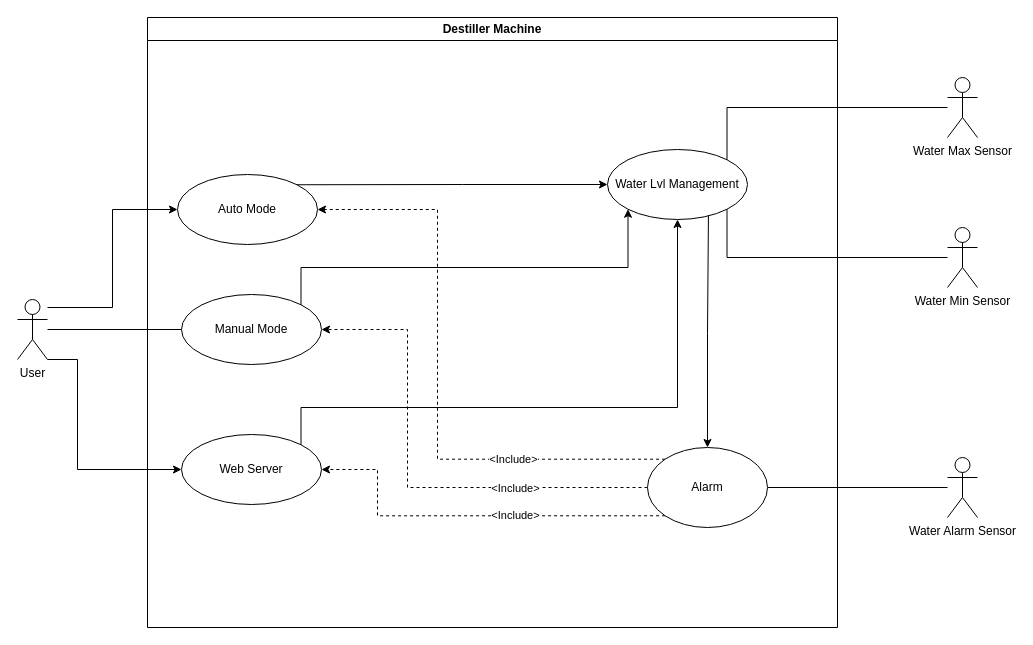
The draw.io diagram Documentation/diagrams/UseCase/CasoDeUso2.drawio in primituga/InteligentDestiller, before the edit. Source tidied: cells renumbered, new cells numbered last; positions are measured from the earlier drawing's top-left corner, leaving out a move shared by most shapes. Both pictures are drawn from the tidied source at 100%, with x=0, y=0 at pixel (17, 17).
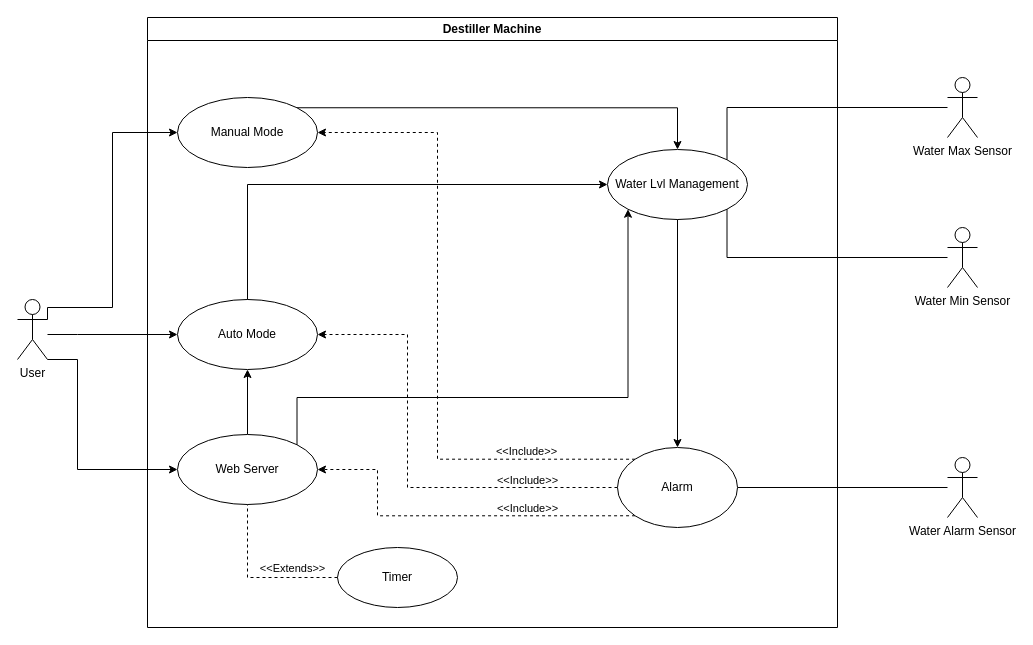
After the change.

Unchanged cells that the change refers to:
```xml
<mxCell id="2" value="Destiller Machine" style="swimlane;whiteSpace=wrap;html=1;" parent="1" vertex="1">
  <mxGeometry x="130" width="690" height="610" as="geometry" />
</mxCell>
<mxCell id="6" value="User" style="shape=umlActor;verticalLabelPosition=bottom;verticalAlign=top;html=1;outlineConnect=0;" parent="2" vertex="1">
  <mxGeometry x="-130" y="282" width="30" height="60" as="geometry" />
</mxCell>
<mxCell id="13" value="Water Lvl Management" style="ellipse;whiteSpace=wrap;html=1;" parent="2" vertex="1">
  <mxGeometry x="460" y="132" width="140" height="70" as="geometry" />
</mxCell>
<mxCell id="24" style="edgeStyle=orthogonalEdgeStyle;rounded=0;jettySize=auto;html=1;exitX=0;exitY=1;exitDx=0;exitDy=0;entryX=1;entryY=0.5;entryDx=0;entryDy=0;startArrow=none;startFill=0;endArrow=classic;endFill=1;dashed=1;" parent="2" edge="1" source="26" target="8">
  <mxGeometry relative="1" as="geometry">
    <Array as="points">
      <mxPoint x="230" y="498" />
      <mxPoint x="230" y="452" />
    </Array>
  </mxGeometry>
</mxCell>
```

Diff of the diagram source:
```diff
@@
+    <mxCell id="5" style="edgeStyle=orthogonalEdgeStyle;rounded=0;jettySize=auto;html=1;exitX=1;exitY=1;exitDx=0;exitDy=0;exitPerimeter=0;entryX=0;entryY=0.5;entryDx=0;entryDy=0;" parent="2" edge="1" source="6" target="8">
+      <mxGeometry relative="1" as="geometry">
+        <Array as="points">
+          <mxPoint x="-70" y="342" />
+          <mxPoint x="-70" y="452" />
+        </Array>
+      </mxGeometry>
+    </mxCell>
+    <mxCell id="4" style="edgeStyle=orthogonalEdgeStyle;rounded=0;jettySize=auto;html=1;entryX=0;entryY=0.5;entryDx=0;entryDy=0;" parent="2" edge="1" source="6" target="9">
+      <mxGeometry relative="1" as="geometry">
+        <Array as="points">
+          <mxPoint x="-70" y="317" />
+          <mxPoint x="-70" y="317" />
+        </Array>
+      </mxGeometry>
+    </mxCell>
-    <mxCell id="3" style="edgeStyle=orthogonalEdgeStyle;rounded=0;jettySize=auto;html=1;entryX=0;entryY=0.5;entryDx=0;entryDy=0;endArrow=none;endFill=0;" parent="2" edge="1" source="6" target="7">
-      <mxGeometry relative="1" as="geometry" />
+    <mxCell id="3" style="edgeStyle=orthogonalEdgeStyle;rounded=0;jettySize=auto;html=1;exitX=1;exitY=0.3333333333333333;exitDx=0;exitDy=0;exitPerimeter=0;entryX=0;entryY=0.5;entryDx=0;entryDy=0;" parent="2" edge="1" source="6" target="7">
+      <mxGeometry relative="1" as="geometry">
+        <Array as="points">
+          <mxPoint x="-100" y="290" />
+          <mxPoint x="-35" y="290" />
+          <mxPoint x="-35" y="115" />
+        </Array>
+      </mxGeometry>
     </mxCell>
-    <mxCell id="4" style="edgeStyle=orthogonalEdgeStyle;rounded=0;jettySize=auto;html=1;entryX=0;entryY=0.5;entryDx=0;entryDy=0;" parent="2" edge="1" source="6" target="9">
-      <mxGeometry relative="1" as="geometry">
-        <Array as="points">
-          <mxPoint x="-35" y="290" />
-          <mxPoint x="-35" y="192" />
-        </Array>
-      </mxGeometry>
-    </mxCell>
-    <mxCell id="5" style="edgeStyle=orthogonalEdgeStyle;rounded=0;jettySize=auto;html=1;exitX=1;exitY=1;exitDx=0;exitDy=0;exitPerimeter=0;entryX=0;entryY=0.5;entryDx=0;entryDy=0;" parent="2" edge="1" source="6" target="8">
-      <mxGeometry relative="1" as="geometry">
-        <Array as="points">
-          <mxPoint x="-70" y="342" />
-          <mxPoint x="-70" y="452" />
-        </Array>
-      </mxGeometry>
-    </mxCell>
@@
+    <mxCell id="28" style="edgeStyle=orthogonalEdgeStyle;rounded=0;jettySize=auto;html=1;entryX=0.5;entryY=0;entryDx=0;entryDy=0;exitX=1;exitY=0;exitDx=0;exitDy=0;" parent="2" edge="1" source="7" target="13">
+      <mxGeometry relative="1" as="geometry" />
+    </mxCell>
     <mxCell id="7" value="Manual Mode" style="ellipse;whiteSpace=wrap;html=1;" parent="2" vertex="1">
-      <mxGeometry x="34" y="277" width="140" height="70" as="geometry" />
+      <mxGeometry x="30" y="80" width="140" height="70" as="geometry" />
     </mxCell>
+    <mxCell id="29" style="edgeStyle=orthogonalEdgeStyle;rounded=0;jettySize=auto;html=1;entryX=0.5;entryY=1;entryDx=0;entryDy=0;" parent="2" edge="1" source="8" target="9">
+      <mxGeometry relative="1" as="geometry" />
+    </mxCell>
+    <mxCell id="30" style="edgeStyle=orthogonalEdgeStyle;rounded=0;jettySize=auto;html=1;exitX=1;exitY=0;exitDx=0;exitDy=0;entryX=0;entryY=1;entryDx=0;entryDy=0;" parent="2" edge="1" source="8" target="13">
+      <mxGeometry relative="1" as="geometry">
+        <Array as="points">
+          <mxPoint x="150" y="380" />
+          <mxPoint x="480" y="380" />
+        </Array>
+      </mxGeometry>
+    </mxCell>
     <mxCell id="8" value="Web Server" style="ellipse;whiteSpace=wrap;html=1;" parent="2" vertex="1">
-      <mxGeometry x="34" y="417" width="140" height="70" as="geometry" />
+      <mxGeometry x="30" y="417" width="140" height="70" as="geometry" />
     </mxCell>
     <mxCell id="9" value="Auto Mode" style="ellipse;whiteSpace=wrap;html=1;" parent="2" vertex="1">
-      <mxGeometry x="30" y="157" width="140" height="70" as="geometry" />
+      <mxGeometry x="30" y="282" width="140" height="70" as="geometry" />
     </mxCell>
-    <mxCell id="10" style="edgeStyle=orthogonalEdgeStyle;rounded=0;jettySize=auto;html=1;entryX=1;entryY=0;entryDx=0;entryDy=0;endArrow=none;endFill=0;startArrow=classic;startFill=1;" parent="2" edge="1" source="13" target="9">
+    <mxCell id="10" style="edgeStyle=orthogonalEdgeStyle;rounded=0;jettySize=auto;html=1;entryX=0.5;entryY=0;entryDx=0;entryDy=0;endArrow=none;endFill=0;startArrow=classic;startFill=1;" parent="2" edge="1" source="13" target="9">
       <mxGeometry relative="1" as="geometry" />
     </mxCell>
-    <mxCell id="11" style="edgeStyle=orthogonalEdgeStyle;rounded=0;jettySize=auto;html=1;exitX=0;exitY=1;exitDx=0;exitDy=0;entryX=1;entryY=0;entryDx=0;entryDy=0;startArrow=classic;startFill=1;endArrow=none;endFill=0;" parent="2" edge="1" source="13" target="7">
-      <mxGeometry relative="1" as="geometry">
-        <Array as="points">
-          <mxPoint x="481" y="250" />
-          <mxPoint x="154" y="250" />
-        </Array>
-      </mxGeometry>
-    </mxCell>
-    <mxCell id="12" style="edgeStyle=orthogonalEdgeStyle;rounded=0;jettySize=auto;html=1;entryX=1;entryY=0;entryDx=0;entryDy=0;startArrow=classic;startFill=1;endArrow=none;endFill=0;" parent="2" edge="1" source="13" target="8">
-      <mxGeometry relative="1" as="geometry">
-        <Array as="points">
-          <mxPoint x="530" y="390" />
-          <mxPoint x="154" y="390" />
-        </Array>
-      </mxGeometry>
-    </mxCell>
@@
-    <mxCell id="20" style="edgeStyle=orthogonalEdgeStyle;rounded=0;jettySize=auto;html=1;entryX=1;entryY=0.5;entryDx=0;entryDy=0;exitX=0;exitY=0;exitDx=0;exitDy=0;startArrow=none;startFill=0;endArrow=classic;endFill=1;dashed=1;" parent="2" edge="1" source="26" target="9">
+    <mxCell id="20" style="edgeStyle=orthogonalEdgeStyle;rounded=0;jettySize=auto;html=1;entryX=1;entryY=0.5;entryDx=0;entryDy=0;exitX=0;exitY=0;exitDx=0;exitDy=0;startArrow=none;startFill=0;endArrow=classic;endFill=1;dashed=1;" parent="2" edge="1" source="26" target="7">
       <mxGeometry relative="1" as="geometry">
         <Array as="points">
           <mxPoint x="290" y="442" />
-          <mxPoint x="290" y="192" />
+          <mxPoint x="290" y="115" />
         </Array>
       </mxGeometry>
     </mxCell>
-    <mxCell id="21" value="&amp;lt;Include&amp;gt;" style="edgeLabel;html=1;align=center;verticalAlign=middle;" parent="20" vertex="1">
-      <mxGeometry x="-0.49" relative="1" as="geometry" />
+    <mxCell id="21" value="&amp;lt;&amp;lt;Include&amp;gt;&amp;gt;" style="edgeLabel;html=1;align=center;verticalAlign=middle;" parent="20" vertex="1">
+      <mxGeometry x="-0.49" relative="1" as="geometry">
+        <mxPoint x="55" y="-8" as="offset" />
+      </mxGeometry>
     </mxCell>
-    <mxCell id="22" style="edgeStyle=orthogonalEdgeStyle;rounded=0;jettySize=auto;html=1;entryX=1;entryY=0.5;entryDx=0;entryDy=0;startArrow=none;startFill=0;endArrow=classic;endFill=1;dashed=1;" parent="2" edge="1" source="26" target="7">
+    <mxCell id="22" style="edgeStyle=orthogonalEdgeStyle;rounded=0;jettySize=auto;html=1;entryX=1;entryY=0.5;entryDx=0;entryDy=0;startArrow=none;startFill=0;endArrow=classic;endFill=1;dashed=1;" parent="2" edge="1" source="26" target="9">
       <mxGeometry relative="1" as="geometry">
         <Array as="points">
           <mxPoint x="260" y="470" />
-          <mxPoint x="260" y="312" />
+          <mxPoint x="260" y="317" />
         </Array>
       </mxGeometry>
     </mxCell>
-    <mxCell id="23" value="&amp;lt;Include&amp;gt;" style="edgeLabel;html=1;align=center;verticalAlign=middle;" parent="22" vertex="1">
-      <mxGeometry x="-0.45" relative="1" as="geometry" />
+    <mxCell id="23" value="&amp;lt;&amp;lt;Include&amp;gt;&amp;gt;" style="edgeLabel;html=1;align=center;verticalAlign=middle;" parent="22" vertex="1">
+      <mxGeometry x="-0.45" relative="1" as="geometry">
+        <mxPoint x="34" y="-8" as="offset" />
+      </mxGeometry>
     </mxCell>
@@
-    <mxCell id="25" value="&amp;lt;Include&amp;gt;" style="edgeLabel;html=1;align=center;verticalAlign=middle;" parent="24" vertex="1">
-      <mxGeometry x="-0.23" y="-1" relative="1" as="geometry" />
+    <mxCell id="25" value="&amp;lt;&amp;lt;Include&amp;gt;&amp;gt;" style="edgeLabel;html=1;align=center;verticalAlign=middle;" parent="24" vertex="1">
+      <mxGeometry x="-0.23" y="-1" relative="1" as="geometry">
+        <mxPoint x="32" y="-7" as="offset" />
+      </mxGeometry>
     </mxCell>
     <mxCell id="26" value="Alarm" style="ellipse;whiteSpace=wrap;html=1;" parent="2" vertex="1">
-      <mxGeometry x="500" y="430" width="120" height="80" as="geometry" />
+      <mxGeometry x="470" y="430" width="120" height="80" as="geometry" />
     </mxCell>
-    <mxCell id="27" style="edgeStyle=orthogonalEdgeStyle;rounded=0;jettySize=auto;html=1;entryX=0.721;entryY=0.943;entryDx=0;entryDy=0;entryPerimeter=0;startArrow=classic;startFill=1;endArrow=none;endFill=0;" parent="2" edge="1" source="26" target="13">
+    <mxCell id="27" style="edgeStyle=orthogonalEdgeStyle;rounded=0;jettySize=auto;html=1;entryX=0.5;entryY=1;entryDx=0;entryDy=0;startArrow=classic;startFill=1;endArrow=none;endFill=0;" parent="2" edge="1" source="26" target="13">
       <mxGeometry relative="1" as="geometry" />
     </mxCell>
+    <mxCell id="31" value="Timer" style="ellipse;whiteSpace=wrap;html=1;" parent="2" vertex="1">
+      <mxGeometry x="190" y="530" width="120" height="60" as="geometry" />
+    </mxCell>
+    <mxCell id="32" style="endArrow=none;dashed=1;html=1;rounded=0;entryX=0.5;entryY=1;entryDx=0;entryDy=0;exitX=0;exitY=0.5;exitDx=0;exitDy=0;" parent="2" edge="1" source="31" target="8">
+      <mxGeometry relative="1" as="geometry">
+        <Array as="points">
+          <mxPoint x="100" y="560" />
+        </Array>
+      </mxGeometry>
+    </mxCell>
+    <mxCell id="33" value="&amp;lt;&amp;lt;Extends&amp;gt;&amp;gt;" style="edgeLabel;html=1;align=center;verticalAlign=middle;" parent="32" vertex="1">
+      <mxGeometry x="0.36" relative="1" as="geometry">
+        <mxPoint x="44" y="11" as="offset" />
+      </mxGeometry>
+    </mxCell>
```
